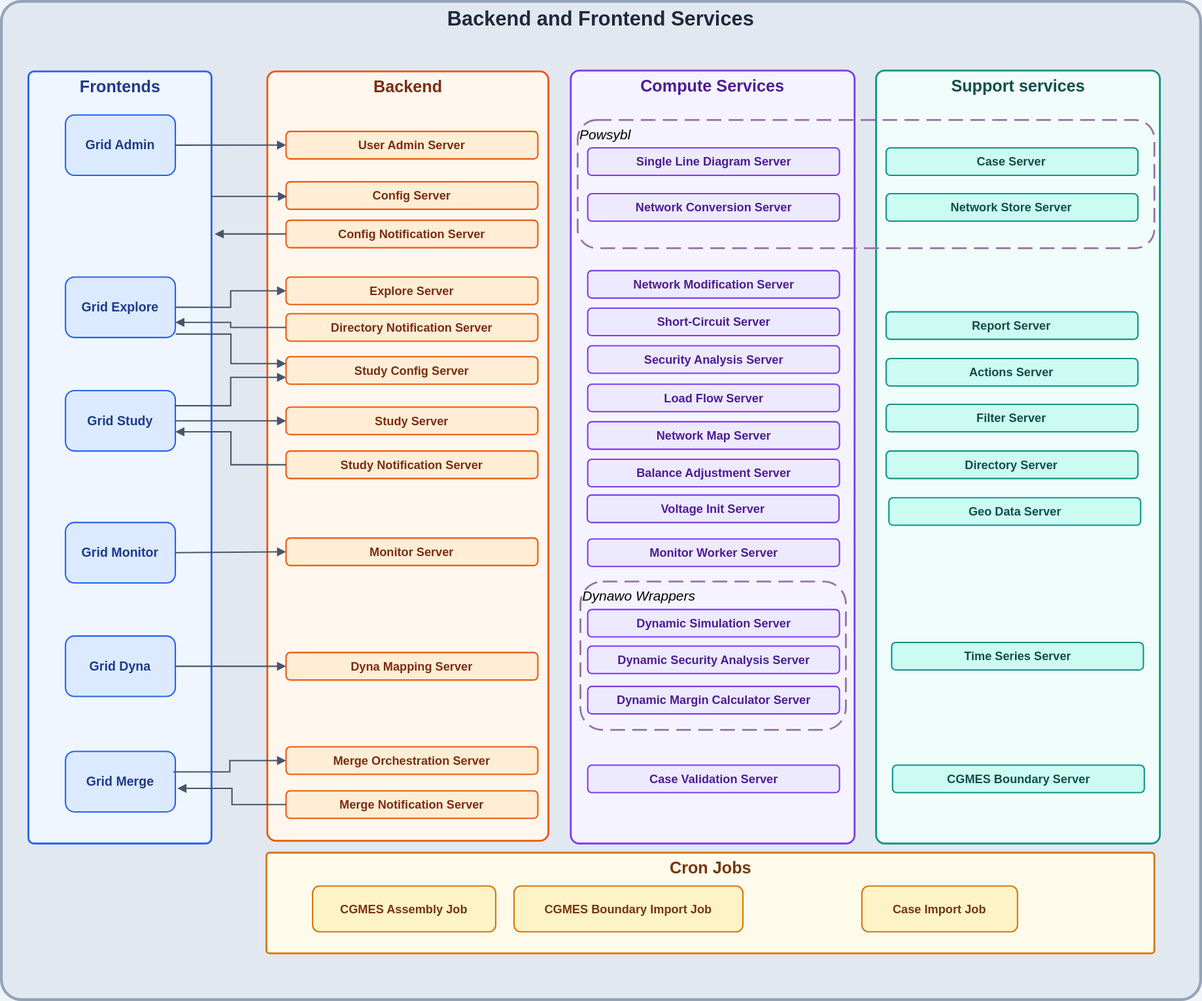
Above: diagrams/BackendFrontend.drawio.svg in gridsuite/documentation (draw.io), before the change. Source tidied: cells renumbered, new cells last; positions are measured from the earlier drawing's top-left corner, leaving out a move shared by most shapes.
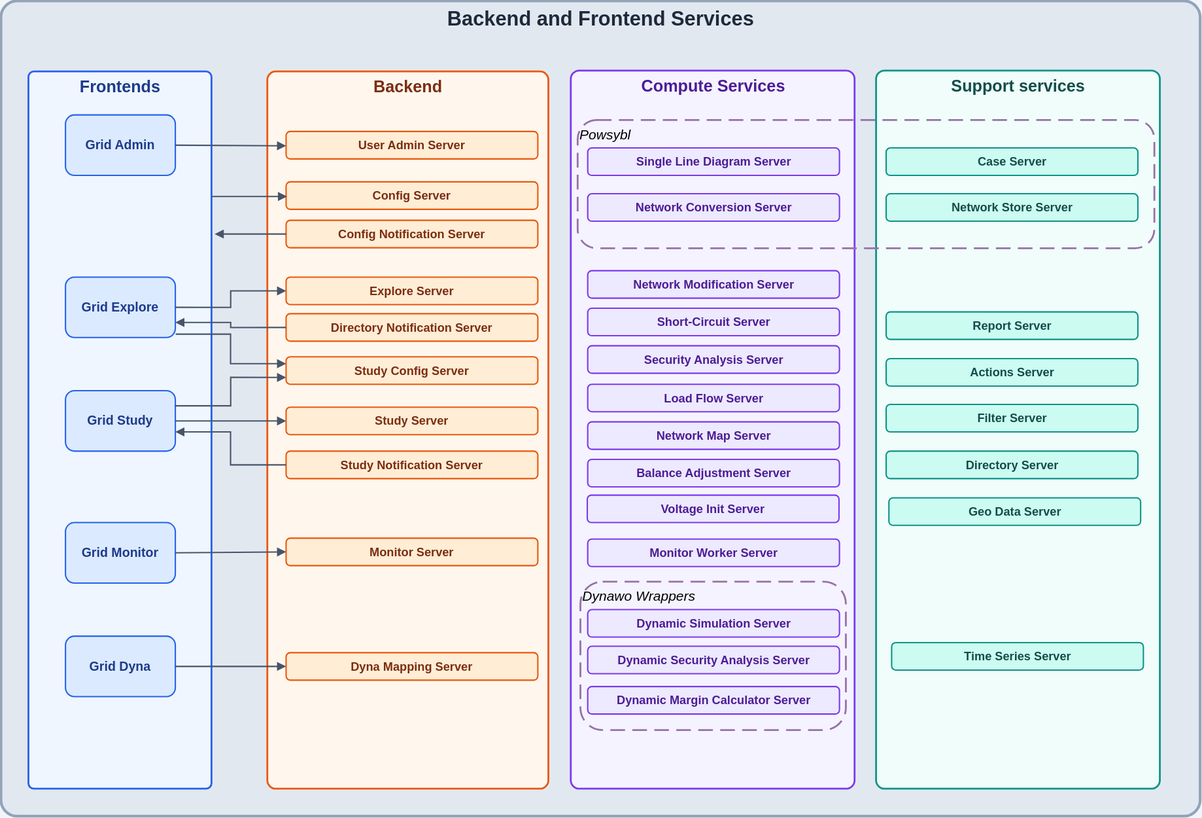
After the commit.

Commit message:
Suppression grid merge

Change to the diagram source:
```diff
@@ -3,19 +3,19 @@
     <mxCell id="0" style="html=1;" />
     <mxCell id="1" style="html=1;" parent="0" />
     <mxCell id="2" value="Backend and Frontend Services" style="rounded=1;whiteSpace=wrap;html=1;verticalAlign=top;fontSize=22;fontStyle=1;fillColor=#E2E8F0;fontColor=#1E293B;strokeColor=#94A3B8;strokeWidth=3;arcSize=2;" parent="1" vertex="1">
-      <mxGeometry width="1310" height="1090" as="geometry" />
+      <mxGeometry width="1310" height="890" as="geometry" />
     </mxCell>
     <mxCell id="3" value="Frontends" style="rounded=1;whiteSpace=wrap;html=1;verticalAlign=top;fontSize=18;fontStyle=1;fillColor=#EFF6FF;fontColor=#1E3A8A;strokeColor=#2563EB;strokeWidth=2;arcSize=3;" parent="1" vertex="1">
-      <mxGeometry x="30" y="77" width="200" height="843" as="geometry" />
+      <mxGeometry x="30" y="77" width="200" height="783" as="geometry" />
     </mxCell>
     <mxCell id="4" value="Backend" style="rounded=1;whiteSpace=wrap;html=1;verticalAlign=top;fontSize=18;fontStyle=1;fillColor=#FFF7ED;fontColor=#7C2D12;strokeColor=#EA580C;strokeWidth=2;arcSize=3;" parent="1" vertex="1">
-      <mxGeometry x="291" y="77" width="307" height="840" as="geometry" />
+      <mxGeometry x="291" y="77" width="307" height="783" as="geometry" />
     </mxCell>
     <mxCell id="5" value="Compute Services" style="rounded=1;whiteSpace=wrap;html=1;verticalAlign=top;fontSize=18;fontStyle=1;fillColor=#F5F3FF;fontColor=#4C1D95;strokeColor=#7C3AED;strokeWidth=2;arcSize=3;" parent="1" vertex="1">
-      <mxGeometry x="622.5" y="76" width="310" height="844" as="geometry" />
+      <mxGeometry x="622.5" y="76" width="310" height="784" as="geometry" />
     </mxCell>
     <mxCell id="6" value="Support services" style="rounded=1;whiteSpace=wrap;html=1;verticalAlign=top;fontSize=18;fontStyle=1;fillColor=#F0FDFA;fontColor=#134E4A;strokeColor=#0D9488;strokeWidth=2;arcSize=3;" parent="1" vertex="1">
-      <mxGeometry x="956" y="76" width="310" height="844" as="geometry" />
+      <mxGeometry x="956" y="76" width="310" height="784" as="geometry" />
     </mxCell>
     <mxCell id="7" value="Powsybl" style="rounded=1;whiteSpace=wrap;html=1;align=left;verticalAlign=top;dashed=1;fillColor=none;strokeColor=#9673a6;strokeWidth=2;dashPattern=8 4;fontSize=15;fontStyle=2;" parent="1" vertex="1">
       <mxGeometry x="630" y="130" width="630" height="140" as="geometry" />
@@ -23,9 +23,6 @@
     <mxCell id="8" value="Dynawo Wrappers" style="rounded=1;whiteSpace=wrap;html=1;align=left;verticalAlign=top;dashed=1;fillColor=none;strokeColor=#9673a6;strokeWidth=2;dashPattern=8 4;fontSize=15;fontStyle=2;" parent="1" vertex="1">
       <mxGeometry x="633" y="634" width="290" height="162" as="geometry" />
     </mxCell>
-    <mxCell id="9" value="Cron Jobs" style="rounded=1;whiteSpace=wrap;html=1;verticalAlign=top;fontSize=18;fontStyle=1;fillColor=#FFFBEB;fontColor=#78350F;strokeColor=#D97706;strokeWidth=2;arcSize=3;" parent="1" vertex="1">
-      <mxGeometry x="290" y="930" width="970" height="110" as="geometry" />
-    </mxCell>
     <mxCell id="10" value="Grid Admin" style="rounded=1;whiteSpace=wrap;html=1;fontSize=14;fontStyle=1;fillColor=#DBEAFE;strokeColor=#2563EB;strokeWidth=1.5;fontColor=#1E3A8A;" parent="1" vertex="1">
       <mxGeometry x="70" y="124" width="120" height="66" as="geometry" />
     </mxCell>
@@ -41,9 +38,6 @@
     <mxCell id="14" value="Grid Dyna" style="rounded=1;whiteSpace=wrap;html=1;fontSize=14;fontStyle=1;fillColor=#DBEAFE;strokeColor=#2563EB;strokeWidth=1.5;fontColor=#1E3A8A;" parent="1" vertex="1">
       <mxGeometry x="70" y="693" width="120" height="66" as="geometry" />
     </mxCell>
-    <mxCell id="15" value="Grid Merge" style="rounded=1;whiteSpace=wrap;html=1;fontSize=14;fontStyle=1;fillColor=#DBEAFE;strokeColor=#2563EB;strokeWidth=1.5;fontColor=#1E3A8A;" parent="1" vertex="1">
-      <mxGeometry x="70" y="819" width="120" height="66" as="geometry" />
-    </mxCell>
     <mxCell id="16" value="User Admin Server" style="rounded=1;whiteSpace=wrap;html=1;fontSize=13;fontStyle=1;fillColor=#FFEDD5;strokeColor=#EA580C;strokeWidth=1.5;fontColor=#7C2D12;" parent="1" vertex="1">
       <mxGeometry x="311" y="142" width="275" height="30" as="geometry" />
     </mxCell>
@@ -74,12 +68,6 @@
     <mxCell id="25" value="Dyna Mapping Server" style="rounded=1;whiteSpace=wrap;html=1;fontSize=13;fontStyle=1;fillColor=#FFEDD5;strokeColor=#EA580C;strokeWidth=1.5;fontColor=#7C2D12;" parent="1" vertex="1">
       <mxGeometry x="311" y="711" width="275" height="30" as="geometry" />
     </mxCell>
-    <mxCell id="26" value="Merge Orchestration Server" style="rounded=1;whiteSpace=wrap;html=1;fontSize=13;fontStyle=1;fillColor=#FFEDD5;strokeColor=#EA580C;strokeWidth=1.5;fontColor=#7C2D12;" parent="1" vertex="1">
-      <mxGeometry x="311" y="814" width="275" height="30" as="geometry" />
-    </mxCell>
-    <mxCell id="27" value="Merge Notification Server" style="rounded=1;whiteSpace=wrap;html=1;fontSize=13;fontStyle=1;fillColor=#FFEDD5;strokeColor=#EA580C;strokeWidth=1.5;fontColor=#7C2D12;" parent="1" vertex="1">
-      <mxGeometry x="311" y="862" width="275" height="30" as="geometry" />
-    </mxCell>
     <mxCell id="28" value="Single Line Diagram Server" style="rounded=1;whiteSpace=wrap;html=1;fontSize=13;fontStyle=1;fillColor=#EDE9FE;strokeColor=#7C3AED;strokeWidth=1.5;fontColor=#4C1D95;" parent="1" vertex="1">
       <mxGeometry x="640.5" y="160" width="275" height="30" as="geometry" />
     </mxCell>
@@ -116,9 +104,6 @@
     <mxCell id="39" value="Dynamic Margin Calculator Server" style="rounded=1;whiteSpace=wrap;html=1;fontSize=13;fontStyle=1;fillColor=#EDE9FE;strokeColor=#7C3AED;strokeWidth=1.5;fontColor=#4C1D95;" parent="1" vertex="1">
       <mxGeometry x="640.5" y="748" width="275" height="30" as="geometry" />
     </mxCell>
-    <mxCell id="40" value="Case Validation Server" style="rounded=1;whiteSpace=wrap;html=1;fontSize=13;fontStyle=1;fillColor=#EDE9FE;strokeColor=#7C3AED;strokeWidth=1.5;fontColor=#4C1D95;" parent="1" vertex="1">
-      <mxGeometry x="640.5" y="834" width="275" height="30" as="geometry" />
-    </mxCell>
     <mxCell id="41" value="Case Server" style="rounded=1;whiteSpace=wrap;html=1;fontSize=13;fontStyle=1;fillColor=#CCFBF1;strokeColor=#0D9488;strokeWidth=1.5;fontColor=#134E4A;" parent="1" vertex="1">
       <mxGeometry x="966.5" y="160" width="275" height="30" as="geometry" />
     </mxCell>
@@ -143,18 +128,6 @@
     <mxCell id="48" value="Time Series Server" style="rounded=1;whiteSpace=wrap;html=1;fontSize=13;fontStyle=1;fillColor=#CCFBF1;strokeColor=#0D9488;strokeWidth=1.5;fontColor=#134E4A;" parent="1" vertex="1">
       <mxGeometry x="972.5" y="700" width="275" height="30" as="geometry" />
     </mxCell>
-    <mxCell id="49" value="CGMES Boundary Server" style="rounded=1;whiteSpace=wrap;html=1;fontSize=13;fontStyle=1;fillColor=#CCFBF1;strokeColor=#0D9488;strokeWidth=1.5;fontColor=#134E4A;" parent="1" vertex="1">
-      <mxGeometry x="973.5" y="834" width="275" height="30" as="geometry" />
-    </mxCell>
-    <mxCell id="50" value="CGMES Assembly Job" style="rounded=1;whiteSpace=wrap;html=1;fontSize=13;fontStyle=1;fillColor=#FEF3C7;strokeColor=#D97706;strokeWidth=1.5;fontColor=#78350F;" parent="1" vertex="1">
-      <mxGeometry x="340" y="966" width="200" height="50" as="geometry" />
-    </mxCell>
-    <mxCell id="51" value="CGMES Boundary Import Job" style="rounded=1;whiteSpace=wrap;html=1;fontSize=13;fontStyle=1;fillColor=#FEF3C7;strokeColor=#D97706;strokeWidth=1.5;fontColor=#78350F;" parent="1" vertex="1">
-      <mxGeometry x="560" y="966" width="250" height="50" as="geometry" />
-    </mxCell>
-    <mxCell id="52" value="Case Import Job" style="rounded=1;whiteSpace=wrap;html=1;fontSize=13;fontStyle=1;fillColor=#FEF3C7;strokeColor=#D97706;strokeWidth=1.5;fontColor=#78350F;" parent="1" vertex="1">
-      <mxGeometry x="940" y="966" width="170" height="50" as="geometry" />
-    </mxCell>
     <mxCell id="53" style="edgeStyle=elbowEdgeStyle;rounded=0;jettySize=auto;elbow=vertical;html=1;exitX=1;exitY=0.5;exitDx=0;exitDy=0;entryX=0;entryY=0.5;entryDx=0;entryDy=0;strokeColor=#475569;strokeWidth=1.5;endArrow=block;endFill=1;" parent="1" edge="1" source="10" target="16">
       <mxGeometry relative="1" as="geometry" />
     </mxCell>
@@ -195,12 +168,6 @@
     <mxCell id="63" style="endArrow=block;endFill=1;html=1;rounded=0;elbow=vertical;entryX=0;entryY=0.5;entryDx=0;entryDy=0;exitX=1;exitY=0.5;exitDx=0;exitDy=0;strokeColor=#475569;strokeWidth=1.5;" parent="1" edge="1" source="14" target="25">
       <mxGeometry relative="1" as="geometry" />
     </mxCell>
-    <mxCell id="64" style="edgeStyle=elbowEdgeStyle;rounded=0;jettySize=auto;html=1;exitX=0.981;exitY=0.338;exitDx=0;exitDy=0;entryX=0;entryY=0.5;entryDx=0;entryDy=0;exitPerimeter=0;strokeColor=#475569;strokeWidth=1.5;endArrow=block;endFill=1;" parent="1" edge="1" source="15" target="26">
-      <mxGeometry relative="1" as="geometry" />
-    </mxCell>
-    <mxCell id="65" style="edgeStyle=elbowEdgeStyle;rounded=0;jettySize=auto;html=1;exitX=0;exitY=0.5;exitDx=0;exitDy=0;entryX=1.019;entryY=0.611;entryDx=0;entryDy=0;entryPerimeter=0;strokeColor=#475569;strokeWidth=1.5;endArrow=block;endFill=1;" parent="1" edge="1" source="27" target="15">
-      <mxGeometry relative="1" as="geometry" />
-    </mxCell>
     <mxCell id="66" value="Voltage Init Server" style="rounded=1;whiteSpace=wrap;html=1;fontSize=13;fontStyle=1;fillColor=#EDE9FE;strokeColor=#7C3AED;strokeWidth=1.5;fontColor=#4C1D95;" parent="1" vertex="1">
       <mxGeometry x="640" y="539" width="275" height="30" as="geometry" />
     </mxCell>
```
